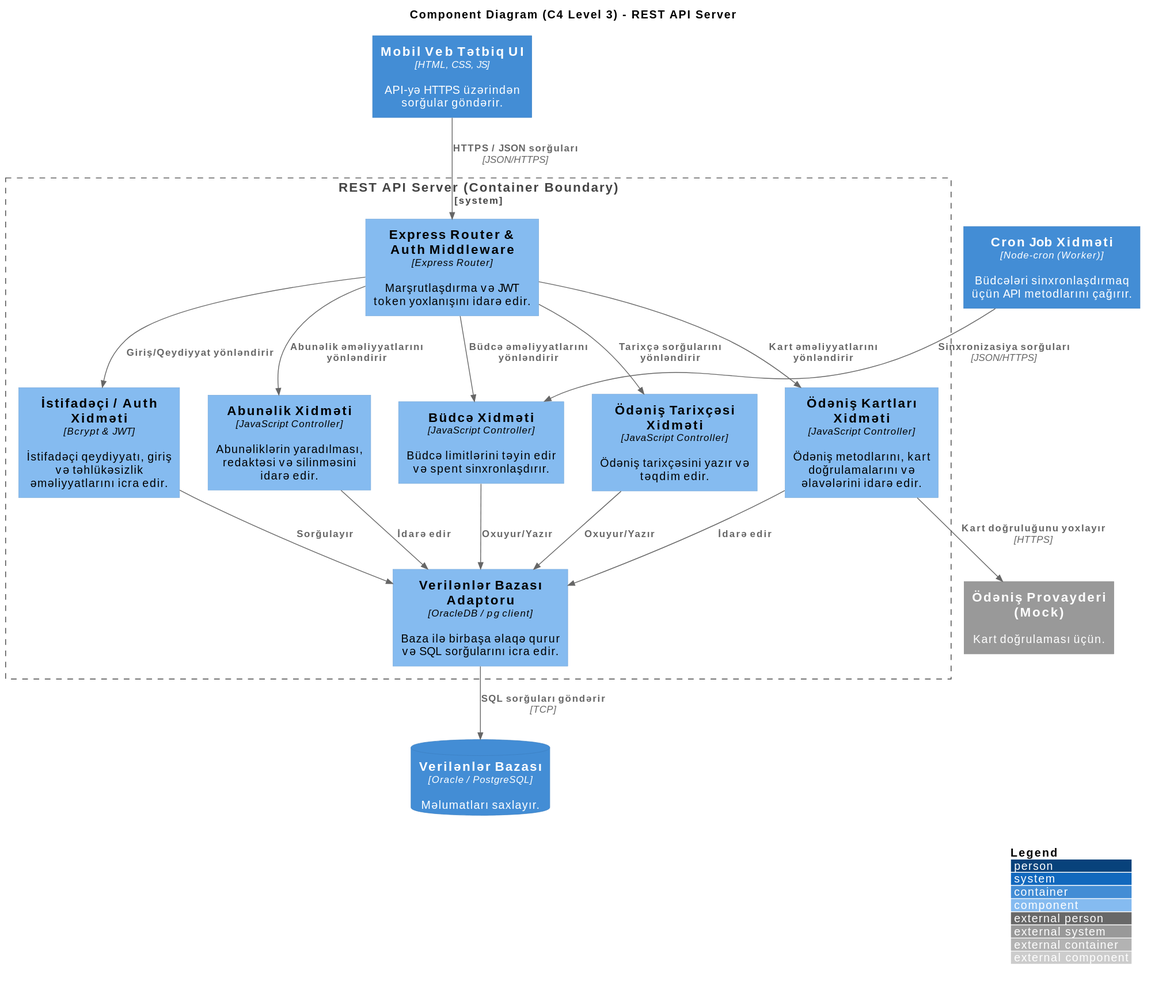
This is public/Abunelik_C4_L3_Components_HD.svg from abbassultanli71-hash/abune-api-, a PlantUML export, as it was before one commit.
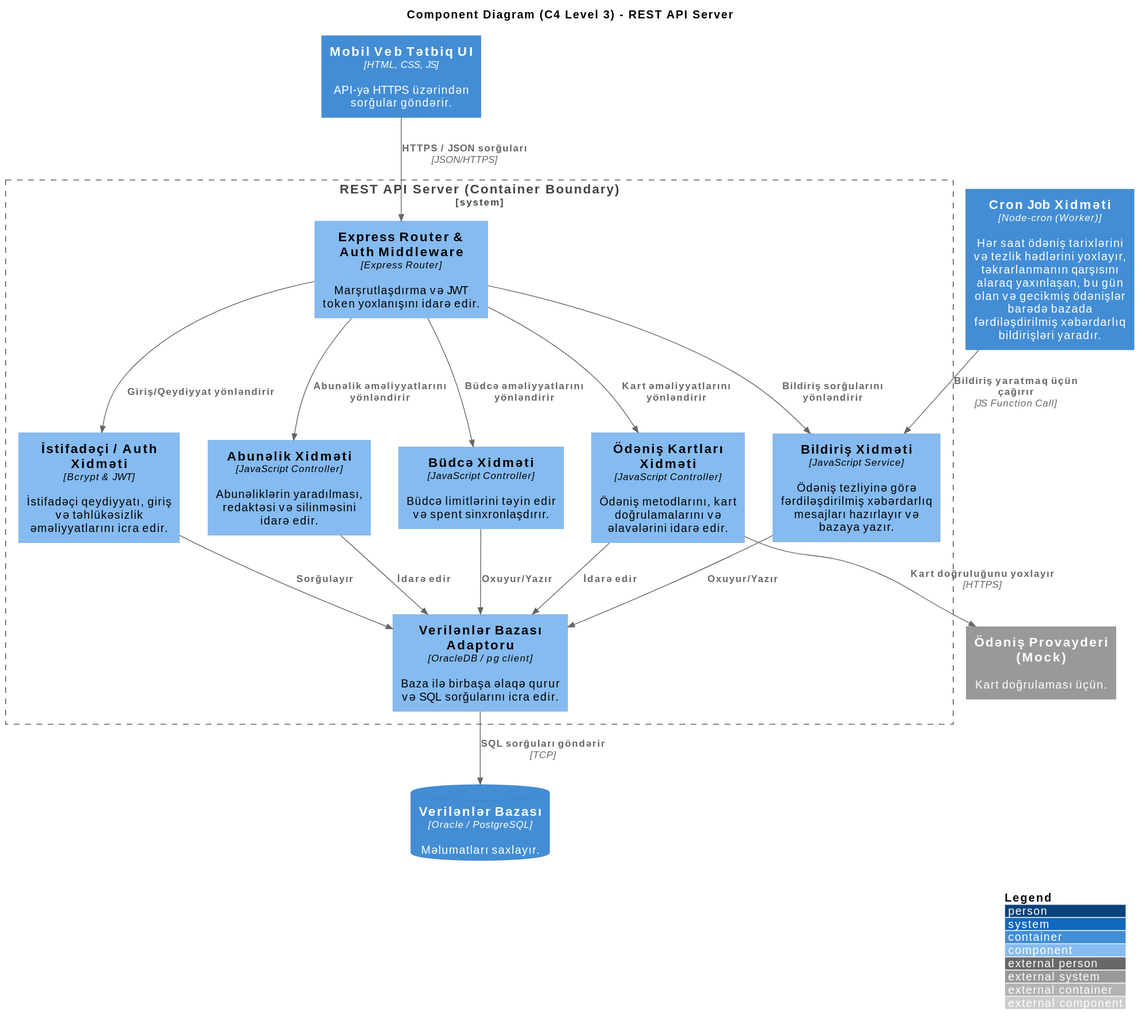
After the commit.

Commit message:
Update C4 diagrams with detailed cron job responsibilities and Notification Service L3 component

The edit, as a diff of the source:
```diff
@@ -6,7 +6,7 @@
 title Component Diagram (C4 Level 3) - REST API Server
 
 Container(frontend, "Mobil Veb Tətbiq UI", "HTML, CSS, JS", "API-yə HTTPS üzərindən sorğular göndərir.")
-Container(cron, "Cron Job Xidməti", "Node-cron (Worker)", "Büdcələri sinxronlaşdırmaq üçün API metodlarını çağırır.")
+Container(cron, "Cron Job Xidməti", "Node-cron (Worker)", "Hər saat ödəniş tarixlərini və tezlik hədlərini yoxlayır, təkrarlanmanın qarşısını alaraq yaxınlaşan, bu gün olan və gecikmiş ödənişlər barədə bazada fərdiləşdirilmiş xəbərdarlıq bildirişləri yaradır.")
 ContainerDb(database, "Verilənlər Bazası", "Oracle / PostgreSQL", "Məlumatları saxlayır.")
 
 System_Boundary(api_server, "REST API Server (Container Boundary)") {
@@ -16,7 +16,7 @@
     Component(sub_svc, "Abunəlik Xidməti", "JavaScript Controller", "Abunəliklərin yaradılması, redaktəsi və silinməsini idarə edir.")
     Component(budget_svc, "Büdcə Xidməti", "JavaScript Controller", "Büdcə limitlərini təyin edir və spent sinxronlaşdırır.")
     Component(card_svc, "Ödəniş Kartları Xidməti", "JavaScript Controller", "Ödəniş metodlarını, kart doğrulamalarını və əlavələrini idarə edir.")
-    Component(history_svc, "Ödəniş Tarixçəsi Xidməti", "JavaScript Controller", "Ödəniş tarixçəsini yazır və təqdim edir.")
+    Component(notification_svc, "Bildiriş Xidməti", "JavaScript Service", "Ödəniş tezliyinə görə fərdiləşdirilmiş xəbərdarlıq mesajları hazırlayır və bazaya yazır.")
 
     Component(db_adapter, "Verilənlər Bazası Adaptoru", "OracleDB / pg client", "Baza ilə birbaşa əlaqə qurur və SQL sorğularını icra edir.")
 }
@@ -27,23 +27,23 @@
 auth_svc -[hidden]right-> sub_svc
 sub_svc -[hidden]right-> budget_svc
 budget_svc -[hidden]right-> card_svc
-card_svc -[hidden]right-> history_svc
+card_svc -[hidden]right-> notification_svc
 db_adapter -[hidden]up-> budget_svc
 
 Rel(frontend, router, "HTTPS / JSON sorğuları", "JSON/HTTPS")
-Rel(cron, budget_svc, "Sinxronizasiya sorğuları", "JSON/HTTPS")
+Rel(cron, notification_svc, "Bildiriş yaratmaq üçün çağırır", "JS Function Call")
 
 Rel(router, auth_svc, "Giriş/Qeydiyyat yönləndirir")
 Rel(router, sub_svc, "Abunəlik əməliyyatlarını yönləndirir")
 Rel(router, budget_svc, "Büdcə əməliyyatlarını yönləndirir")
 Rel(router, card_svc, "Kart əməliyyatlarını yönləndirir")
-Rel(router, history_svc, "Tarixçə sorğularını yönləndirir")
+Rel(router, notification_svc, "Bildiriş sorğularını yönləndirir")
 
 Rel(auth_svc, db_adapter, "Sorğulayır")
 Rel(sub_svc, db_adapter, "İdarə edir")
 Rel(budget_svc, db_adapter, "Oxuyur/Yazır")
 Rel(card_svc, db_adapter, "İdarə edir")
-Rel(history_svc, db_adapter, "Oxuyur/Yazır")
+Rel(notification_svc, db_adapter, "Oxuyur/Yazır")
 
 Rel(card_svc, payment_gateway, "Kart doğruluğunu yoxlayır", "HTTPS")
 Rel(db_adapter, database, "SQL sorğuları göndərir", "TCP")
```
